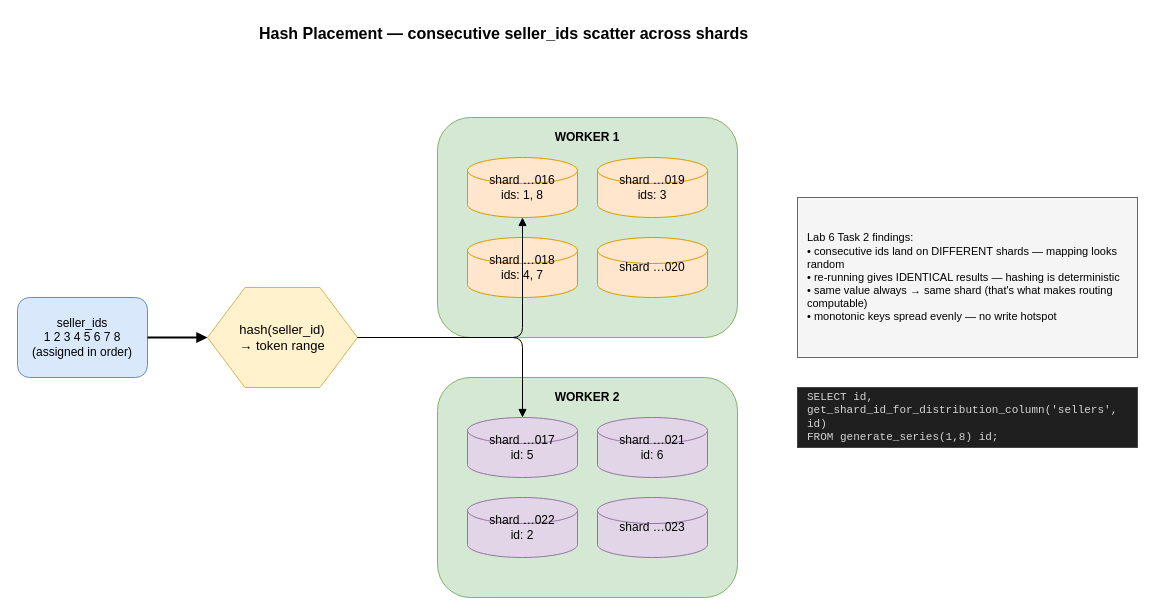
nitinkc/db-sharding keeps this draw.io diagram as docs/diagrams/hash-placement.drawio. Above is the earlier version. Source tidied: cells renumbered, new cells numbered last; positions are measured from the earlier drawing's top-left corner, leaving out a move shared by most shapes. Both pictures are drawn from the tidied source at 100%, with x=0, y=0 at pixel (17, 17).
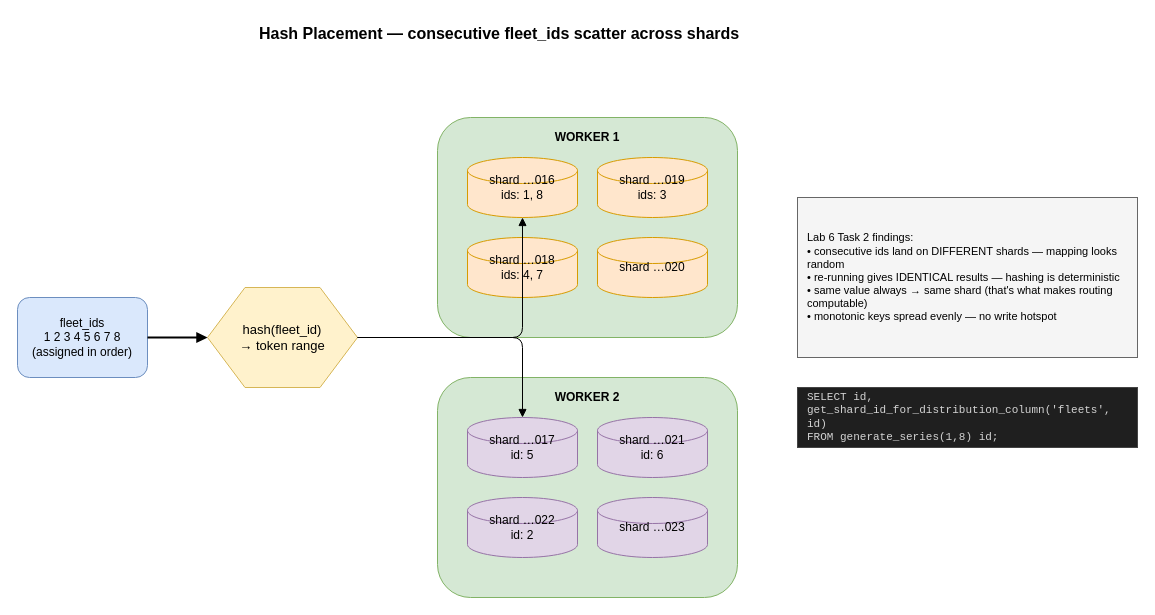
Above is the later version.

Diff of the diagram source:
```diff
@@
 <mxGraphModel>
   <root>
     <mxCell id="0" />
     <mxCell id="1" parent="0" />
-    <mxCell id="2" value="Hash Placement — consecutive seller_ids scatter across shards" style="text;html=1;fontSize=16;fontStyle=1;" parent="1" vertex="1">
+    <mxCell id="2" value="Hash Placement — consecutive fleet_ids scatter across shards" style="text;html=1;fontSize=16;fontStyle=1;" parent="1" vertex="1">
       <mxGeometry x="240" width="640" height="26" as="geometry" />
     </mxCell>
-    <mxCell id="3" value="seller_ids&#10;1 2 3 4 5 6 7 8&#10;(assigned in order)" style="rounded=1;html=1;whiteSpace=wrap;fillColor=#dae8fc;strokeColor=#6c8ebf;" parent="1" vertex="1">
+    <mxCell id="3" value="fleet_ids&#10;1 2 3 4 5 6 7 8&#10;(assigned in order)" style="rounded=1;html=1;whiteSpace=wrap;fillColor=#dae8fc;strokeColor=#6c8ebf;" parent="1" vertex="1">
       <mxGeometry y="280" width="130" height="80" as="geometry" />
     </mxCell>
-    <mxCell id="4" value="hash(seller_id)&#10;→ token range" style="shape=hexagon;html=1;whiteSpace=wrap;fillColor=#fff2cc;strokeColor=#d6b656;fontSize=13;" parent="1" vertex="1">
+    <mxCell id="4" value="hash(fleet_id)&#10;→ token range" style="shape=hexagon;html=1;whiteSpace=wrap;fillColor=#fff2cc;strokeColor=#d6b656;fontSize=13;" parent="1" vertex="1">
       <mxGeometry x="190" y="270" width="150" height="100" as="geometry" />
     </mxCell>
     <mxCell id="5" value="WORKER 1" style="rounded=1;html=1;whiteSpace=wrap;fillColor=#d5e8d4;strokeColor=#82b366;fontStyle=1;verticalAlign=top;spacingTop=6;" parent="1" vertex="1">
       <mxGeometry x="420" y="100" width="300" height="220" as="geometry" />
     </mxCell>
     <mxCell id="6" value="WORKER 2" style="rounded=1;html=1;whiteSpace=wrap;fillColor=#d5e8d4;strokeColor=#82b366;fontStyle=1;verticalAlign=top;spacingTop=6;" parent="1" vertex="1">
       <mxGeometry x="420" y="360" width="300" height="220" as="geometry" />
     </mxCell>
     <mxCell id="7" value="shard …016&#10;ids: 1, 8" style="shape=cylinder3;html=1;whiteSpace=wrap;fillColor=#ffe6cc;strokeColor=#d79b00;size=13;" parent="1" vertex="1">
       <mxGeometry x="450" y="140" width="110" height="60" as="geometry" />
     </mxCell>
     <mxCell id="8" value="shard …019&#10;ids: 3" style="shape=cylinder3;html=1;whiteSpace=wrap;fillColor=#ffe6cc;strokeColor=#d79b00;size=13;" parent="1" vertex="1">
       <mxGeometry x="580" y="140" width="110" height="60" as="geometry" />
     </mxCell>
     <mxCell id="9" value="shard …018&#10;ids: 4, 7" style="shape=cylinder3;html=1;whiteSpace=wrap;fillColor=#ffe6cc;strokeColor=#d79b00;size=13;" parent="1" vertex="1">
       <mxGeometry x="450" y="220" width="110" height="60" as="geometry" />
     </mxCell>
     <mxCell id="10" value="shard …020" style="shape=cylinder3;html=1;whiteSpace=wrap;fillColor=#ffe6cc;strokeColor=#d79b00;size=13;" parent="1" vertex="1">
       <mxGeometry x="580" y="220" width="110" height="60" as="geometry" />
     </mxCell>
     <mxCell id="11" value="shard …017&#10;id: 5" style="shape=cylinder3;html=1;whiteSpace=wrap;fillColor=#e1d5e7;strokeColor=#9673a6;size=13;" parent="1" vertex="1">
       <mxGeometry x="450" y="400" width="110" height="60" as="geometry" />
     </mxCell>
     <mxCell id="12" value="shard …021&#10;id: 6" style="shape=cylinder3;html=1;whiteSpace=wrap;fillColor=#e1d5e7;strokeColor=#9673a6;size=13;" parent="1" vertex="1">
       <mxGeometry x="580" y="400" width="110" height="60" as="geometry" />
     </mxCell>
     <mxCell id="13" value="shard …022&#10;id: 2" style="shape=cylinder3;html=1;whiteSpace=wrap;fillColor=#e1d5e7;strokeColor=#9673a6;size=13;" parent="1" vertex="1">
       <mxGeometry x="450" y="480" width="110" height="60" as="geometry" />
     </mxCell>
     <mxCell id="14" value="shard …023" style="shape=cylinder3;html=1;whiteSpace=wrap;fillColor=#e1d5e7;strokeColor=#9673a6;size=13;" parent="1" vertex="1">
       <mxGeometry x="580" y="480" width="110" height="60" as="geometry" />
     </mxCell>
     <mxCell id="15" style="edgeStyle=orthogonalEdgeStyle;html=1;endArrow=block;strokeWidth=2;" parent="1" edge="1" source="3" target="4">
       <mxGeometry relative="1" as="geometry" />
     </mxCell>
     <mxCell id="16" style="edgeStyle=orthogonalEdgeStyle;html=1;endArrow=block;" parent="1" edge="1" source="4" target="7">
       <mxGeometry relative="1" as="geometry" />
     </mxCell>
     <mxCell id="17" style="edgeStyle=orthogonalEdgeStyle;html=1;endArrow=block;" parent="1" edge="1" source="4" target="11">
       <mxGeometry relative="1" as="geometry" />
     </mxCell>
     <mxCell id="18" value="Lab 6 Task 2 findings:&#10;• consecutive ids land on DIFFERENT shards — mapping looks random&#10;• re-running gives IDENTICAL results — hashing is deterministic&#10;• same value always → same shard (that's what makes routing computable)&#10;• monotonic keys spread evenly — no write hotspot" style="rounded=0;html=1;whiteSpace=wrap;fillColor=#f5f5f5;strokeColor=#666666;align=left;spacingLeft=8;fontSize=11;" parent="1" vertex="1">
       <mxGeometry x="780" y="180" width="340" height="160" as="geometry" />
     </mxCell>
-    <mxCell id="19" value="SELECT id, get_shard_id_for_distribution_column('sellers', id)&#10;FROM generate_series(1,8) id;" style="rounded=0;html=1;whiteSpace=wrap;fillColor=#1f1f1f;fontColor=#d4d4d4;strokeColor=#444444;fontFamily=Courier New;fontSize=11;align=left;spacingLeft=8;" parent="1" vertex="1">
+    <mxCell id="19" value="SELECT id, get_shard_id_for_distribution_column('fleets', id)&#10;FROM generate_series(1,8) id;" style="rounded=0;html=1;whiteSpace=wrap;fillColor=#1f1f1f;fontColor=#d4d4d4;strokeColor=#444444;fontFamily=Courier New;fontSize=11;align=left;spacingLeft=8;" parent="1" vertex="1">
       <mxGeometry x="780" y="370" width="340" height="60" as="geometry" />
     </mxCell>
   </root>
 </mxGraphModel>
```
